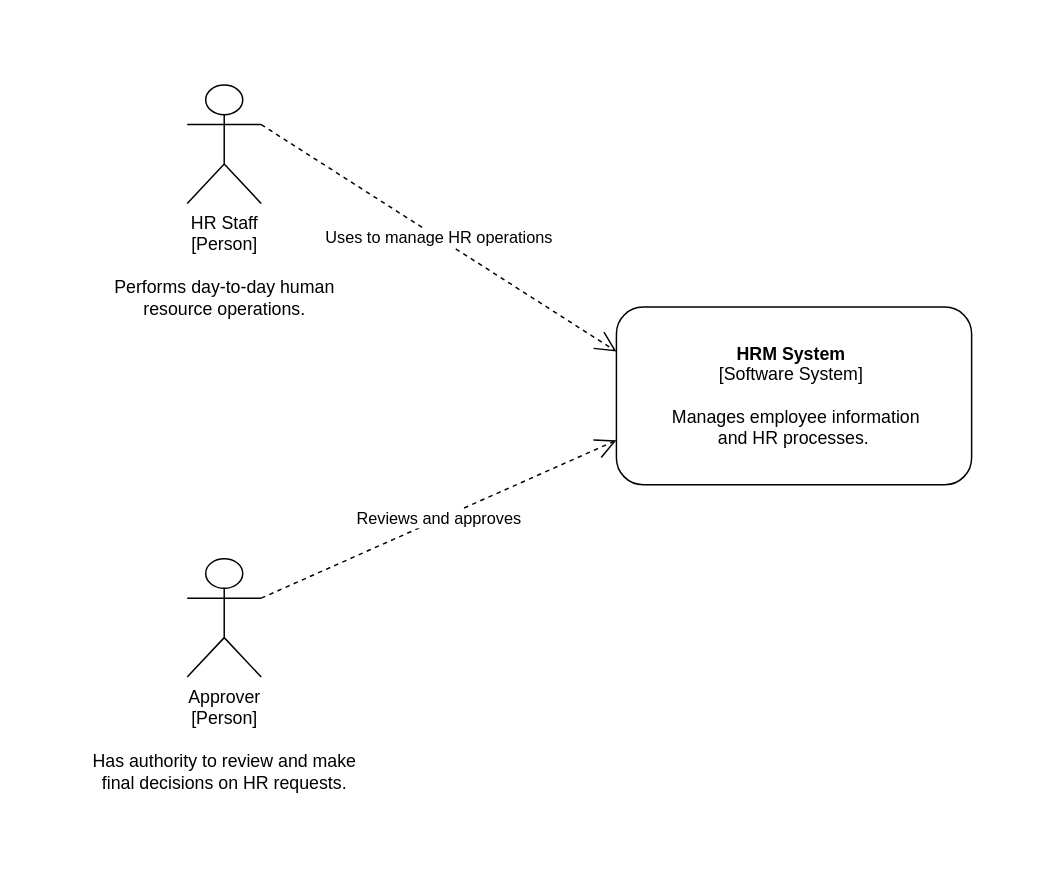
Before: Docs/c4/System-context-diagram.drawio in sang2197/QuanLyNhanSu-NguyenVanSang, a draw.io diagram. Source tidied: cells renumbered, new cells numbered last; positions are measured from the earlier drawing's top-left corner, leaving out a move shared by most shapes. Both pictures are drawn from the tidied source at 148%, with x=0, y=0 at pixel (186, 84).
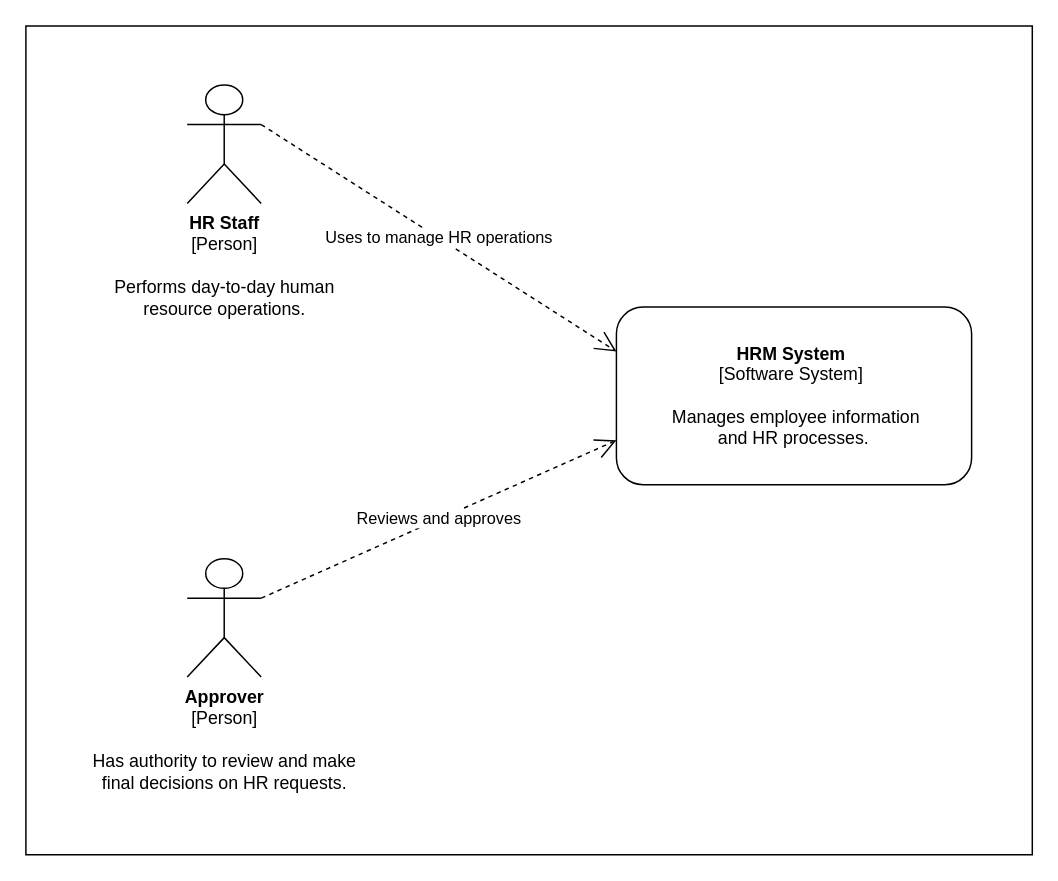
After the change.

Commit message (it also covers changes not shown here):
Thêm C4 Container diagram, cập nhật System Context diagram và README

What changed in the source:
```diff
@@
 <mxGraphModel>
   <root>
     <mxCell id="0" />
     <mxCell id="1" parent="0" />
+    <mxCell id="8" style="verticalLabelPosition=bottom;verticalAlign=top;html=1;shape=mxgraph.basic.rect;fillColor2=none;strokeWidth=1;size=20;indent=5;" parent="1" vertex="1">
+      <mxGeometry x="-109" y="-40" width="680" height="560" as="geometry" />
+    </mxCell>
-    <mxCell id="2" value="HR Staff&lt;br&gt;[Person]&lt;div&gt;&lt;br&gt;&lt;/div&gt;&lt;div&gt;Performs day-to-day human&lt;br/&gt;resource operations.&lt;/div&gt;" style="shape=umlActor;verticalLabelPosition=bottom;verticalAlign=top;html=1;outlineConnect=0;" parent="1" vertex="1">
+    <mxCell id="2" value="&lt;b&gt;HR Staff&lt;br&gt;&lt;/b&gt;[Person]&lt;div&gt;&lt;br&gt;&lt;/div&gt;&lt;div&gt;Performs day-to-day human&lt;br&gt;resource operations.&lt;/div&gt;" style="shape=umlActor;verticalLabelPosition=bottom;verticalAlign=top;html=1;outlineConnect=0;" parent="1" vertex="1">
       <mxGeometry width="50" height="80" as="geometry" />
     </mxCell>
-    <mxCell id="3" value="Approver&lt;br&gt;[Person]&lt;div&gt;&lt;br&gt;&lt;/div&gt;&lt;div&gt;Has authority to review and make&lt;br/&gt;final decisions on HR requests.&lt;/div&gt;" style="shape=umlActor;verticalLabelPosition=bottom;verticalAlign=top;html=1;outlineConnect=0;" parent="1" vertex="1">
+    <mxCell id="3" value="&lt;b&gt;Approver&lt;/b&gt;&lt;br&gt;[Person]&lt;div&gt;&lt;br&gt;&lt;/div&gt;&lt;div&gt;Has authority to review and make&lt;br&gt;final decisions on HR requests.&lt;/div&gt;" style="shape=umlActor;verticalLabelPosition=bottom;verticalAlign=top;html=1;outlineConnect=0;" parent="1" vertex="1">
       <mxGeometry y="320" width="50" height="80" as="geometry" />
     </mxCell>
     <mxCell id="4" style="rounded=1;whiteSpace=wrap;html=1;" parent="1" vertex="1">
       <mxGeometry x="290" y="150" width="240" height="120" as="geometry" />
     </mxCell>
     <mxCell id="5" value="&lt;b&gt;HRM System&lt;/b&gt;&amp;nbsp;&lt;div&gt;[Software System]&amp;nbsp;&lt;/div&gt;&lt;div&gt;&lt;br&gt;&lt;/div&gt;&lt;div&gt;&amp;nbsp;Manages employee information&lt;br&gt;and HR processes.&lt;/div&gt;" style="text;html=1;whiteSpace=wrap;strokeColor=none;fillColor=none;align=center;verticalAlign=middle;rounded=0;" parent="1" vertex="1">
       <mxGeometry x="290" y="150" width="240" height="120" as="geometry" />
     </mxCell>
     <mxCell id="6" value="Uses to manage HR operations" style="endArrow=open;endSize=12;dashed=1;html=1;rounded=0;exitX=1;exitY=0.3333333333333333;exitDx=0;exitDy=0;exitPerimeter=0;entryX=0;entryY=0.25;entryDx=0;entryDy=0;" parent="1" edge="1" source="2" target="5">
       <mxGeometry relative="1" as="geometry" />
     </mxCell>
     <mxCell id="7" value="Reviews and approves" style="endArrow=open;endSize=12;dashed=1;html=1;rounded=0;exitX=1;exitY=0.3333333333333333;exitDx=0;exitDy=0;exitPerimeter=0;entryX=0;entryY=0.75;entryDx=0;entryDy=0;" parent="1" edge="1" source="3" target="5">
       <mxGeometry relative="1" as="geometry" />
     </mxCell>
   </root>
 </mxGraphModel>
```
